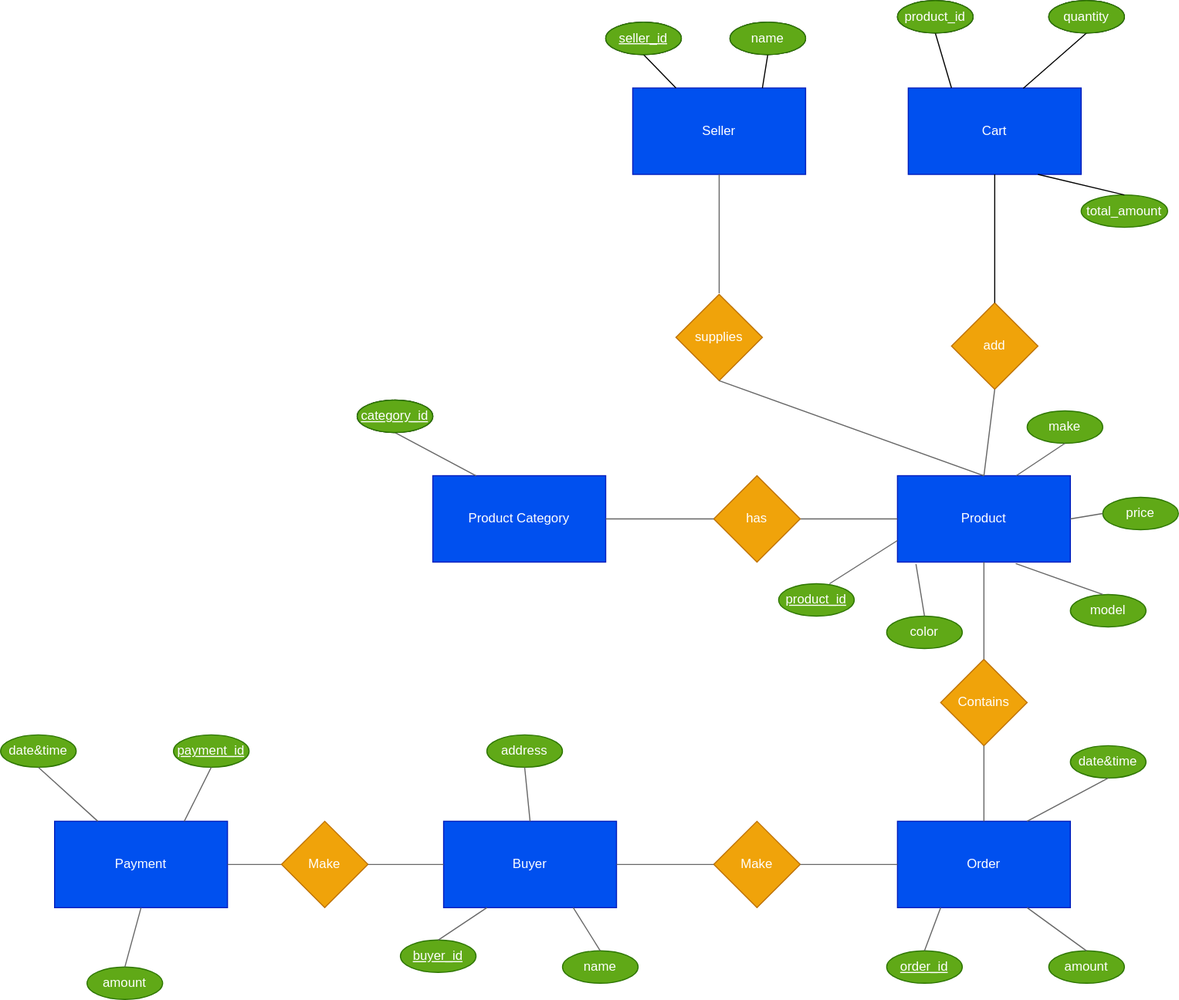
Earlier version of the draw.io export ER_diagram.drawio.svg (Hemakanth1/shopping-cart-system). Source tidied: cells renumbered, new cells last; positions are measured from the earlier drawing's top-left corner, leaving out a move shared by most shapes.
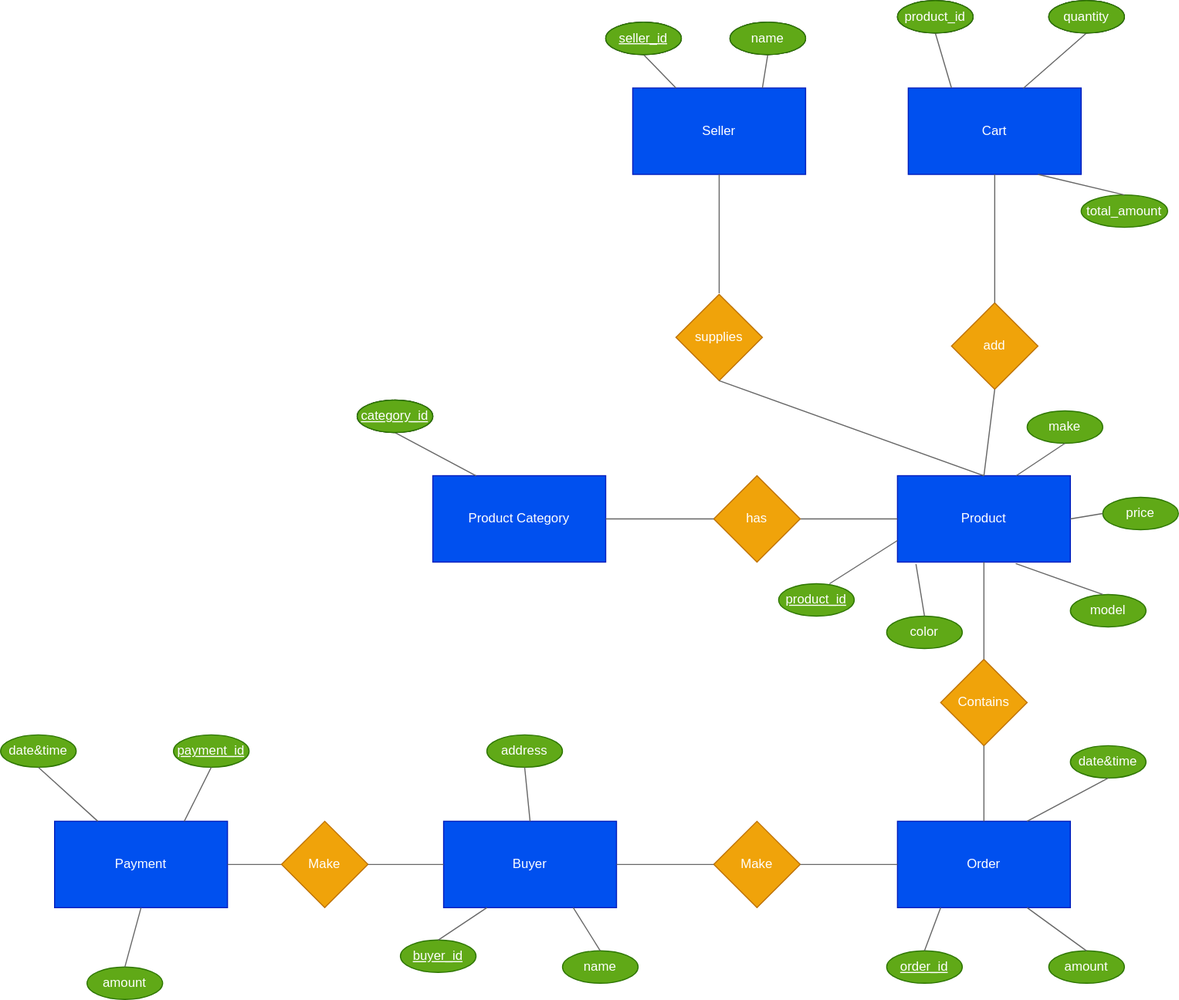
Above is the later version.

Commit message:
er diagram color changes

Change to the diagram source:
```diff
@@ -64,7 +64,7 @@
     <mxCell id="21" value="&lt;font color=&quot;#ffffff&quot;&gt;add&lt;/font&gt;" style="rhombus;whiteSpace=wrap;html=1;fontColor=#000000;fillColor=#f0a30a;strokeColor=#BD7000;" parent="1" vertex="1">
       <mxGeometry x="880" y="280" width="80" height="80" as="geometry" />
     </mxCell>
-    <mxCell id="22" style="endArrow=none;html=1;fontColor=#FFFFFF;exitX=0.5;exitY=1;exitDx=0;exitDy=0;entryX=0.5;entryY=0;entryDx=0;entryDy=0;" parent="1" edge="1" source="5" target="21">
+    <mxCell id="22" style="endArrow=none;html=1;fontColor=#FFFFFF;exitX=0.5;exitY=1;exitDx=0;exitDy=0;entryX=0.5;entryY=0;entryDx=0;entryDy=0;fillColor=#f5f5f5;strokeColor=#666666;" parent="1" edge="1" source="5" target="21">
       <mxGeometry relative="1" as="geometry" />
     </mxCell>
     <mxCell id="23" style="endArrow=none;html=1;fontColor=#FFFFFF;entryX=0.5;entryY=1;entryDx=0;entryDy=0;exitX=0.5;exitY=0;exitDx=0;exitDy=0;fillColor=#f5f5f5;strokeColor=#666666;" parent="1" edge="1" source="3" target="21">
@@ -171,10 +171,10 @@
     <mxCell id="56" value="name" style="ellipse;whiteSpace=wrap;html=1;fontColor=#FFFFFF;" parent="1" vertex="1">
       <mxGeometry x="675" y="20" width="70" height="30" as="geometry" />
     </mxCell>
-    <mxCell id="57" style="endArrow=none;html=1;fontColor=#FFFFFF;exitX=0.5;exitY=1;exitDx=0;exitDy=0;entryX=0.25;entryY=0;entryDx=0;entryDy=0;" parent="1" edge="1" source="55" target="2">
+    <mxCell id="57" style="endArrow=none;html=1;fontColor=#FFFFFF;exitX=0.5;exitY=1;exitDx=0;exitDy=0;entryX=0.25;entryY=0;entryDx=0;entryDy=0;fillColor=#f5f5f5;strokeColor=#666666;" parent="1" edge="1" source="55" target="2">
       <mxGeometry relative="1" as="geometry" />
     </mxCell>
-    <mxCell id="58" style="endArrow=none;html=1;fontColor=#FFFFFF;entryX=0.5;entryY=1;entryDx=0;entryDy=0;exitX=0.75;exitY=0;exitDx=0;exitDy=0;" parent="1" edge="1" source="2" target="56">
+    <mxCell id="58" style="endArrow=none;html=1;fontColor=#FFFFFF;entryX=0.5;entryY=1;entryDx=0;entryDy=0;exitX=0.75;exitY=0;exitDx=0;exitDy=0;fillColor=#f5f5f5;strokeColor=#666666;" parent="1" edge="1" source="2" target="56">
       <mxGeometry relative="1" as="geometry" />
     </mxCell>
     <mxCell id="59" value="product_id" style="ellipse;whiteSpace=wrap;html=1;fontColor=#FFFFFF;" parent="1" vertex="1">
@@ -186,13 +186,13 @@
     <mxCell id="61" value="total_amount" style="ellipse;whiteSpace=wrap;html=1;fontColor=#ffffff;fillColor=#60a917;strokeColor=#2D7600;" parent="1" vertex="1">
       <mxGeometry x="1000" y="180" width="80" height="30" as="geometry" />
     </mxCell>
-    <mxCell id="62" style="endArrow=none;html=1;fontColor=#FFFFFF;entryX=0.5;entryY=1;entryDx=0;entryDy=0;exitX=0.25;exitY=0;exitDx=0;exitDy=0;" parent="1" edge="1" source="5" target="59">
+    <mxCell id="62" style="endArrow=none;html=1;fontColor=#FFFFFF;entryX=0.5;entryY=1;entryDx=0;entryDy=0;exitX=0.25;exitY=0;exitDx=0;exitDy=0;fillColor=#f5f5f5;strokeColor=#666666;" parent="1" edge="1" source="5" target="59">
       <mxGeometry relative="1" as="geometry" />
     </mxCell>
-    <mxCell id="63" style="endArrow=none;html=1;fontColor=#FFFFFF;entryX=0.5;entryY=1;entryDx=0;entryDy=0;exitX=0.665;exitY=0.004;exitDx=0;exitDy=0;exitPerimeter=0;" parent="1" edge="1" source="5" target="60">
+    <mxCell id="63" style="endArrow=none;html=1;fontColor=#FFFFFF;entryX=0.5;entryY=1;entryDx=0;entryDy=0;exitX=0.665;exitY=0.004;exitDx=0;exitDy=0;exitPerimeter=0;fillColor=#f5f5f5;strokeColor=#666666;" parent="1" edge="1" source="5" target="60">
       <mxGeometry relative="1" as="geometry" />
     </mxCell>
-    <mxCell id="64" style="endArrow=none;html=1;fontColor=#FFFFFF;entryX=0.5;entryY=0;entryDx=0;entryDy=0;exitX=0.75;exitY=1;exitDx=0;exitDy=0;" parent="1" edge="1" source="5" target="61">
+    <mxCell id="64" style="endArrow=none;html=1;fontColor=#FFFFFF;entryX=0.5;entryY=0;entryDx=0;entryDy=0;exitX=0.75;exitY=1;exitDx=0;exitDy=0;fillColor=#f5f5f5;strokeColor=#666666;" parent="1" edge="1" source="5" target="61">
       <mxGeometry relative="1" as="geometry" />
     </mxCell>
     <mxCell id="65" value="&lt;u&gt;category_id&lt;/u&gt;" style="ellipse;whiteSpace=wrap;html=1;fontColor=#FFFFFF;" parent="1" vertex="1">
```
